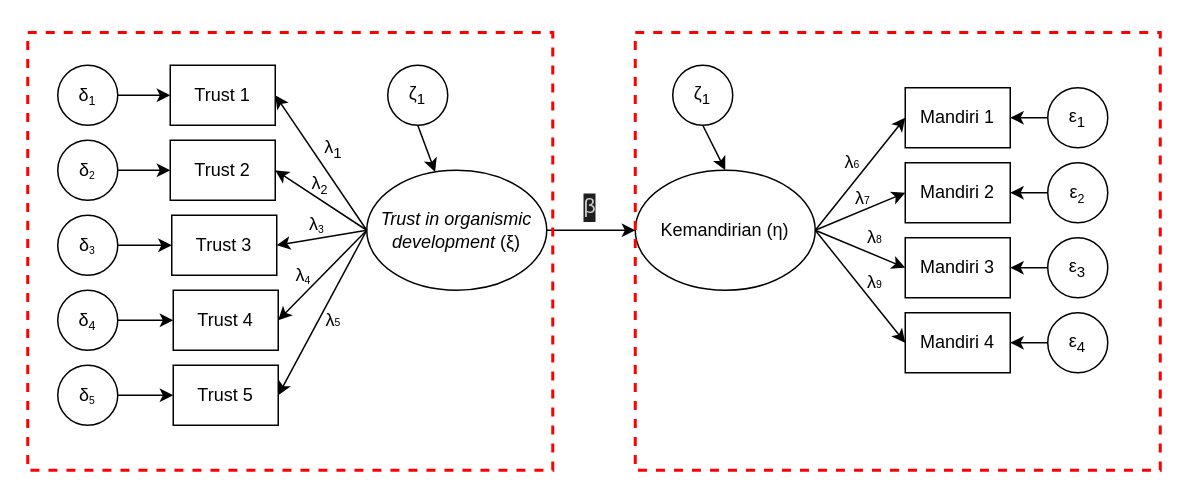
The draw.io diagram page "latin" (12 of 13) of materials/diagrams.drawio in rameliaz/mg-sem-workshop, before the edit. Source tidied: cells renumbered, new cells numbered last; positions are measured from the earlier drawing's top-left corner, leaving out a move shared by most shapes. Both pictures are drawn from the tidied source at 150%, with x=0, y=0 at pixel (27, 32).
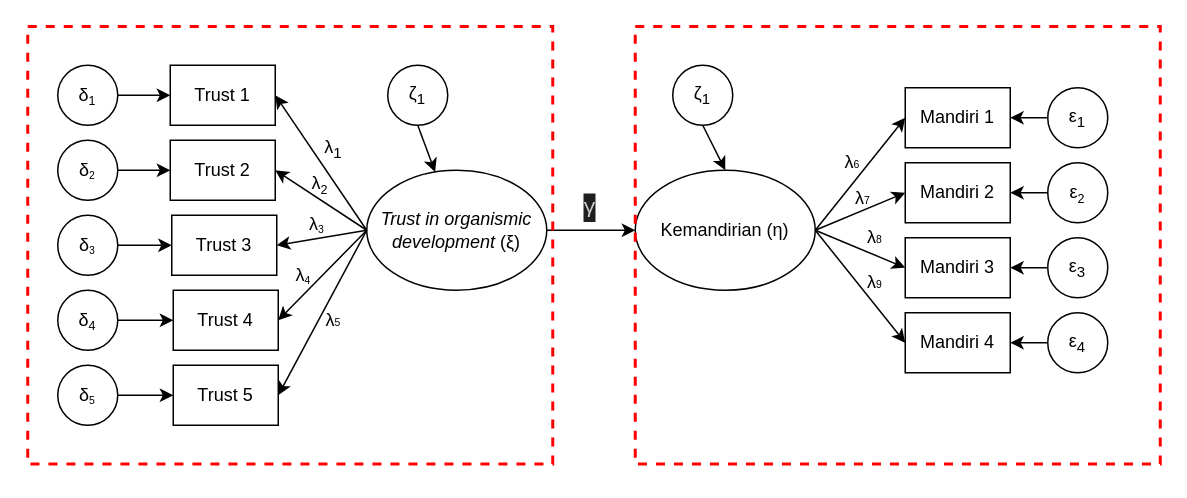
The same page after the edit.

Diff of the diagram source:
```diff
@@
-    <mxCell id="54" value="&lt;div style=&quot;color: rgb(204, 204, 204); background-color: rgb(31, 31, 31); font-family: Consolas, &amp;quot;Courier New&amp;quot;, monospace; font-size: 14px; line-height: 19px; white-space: pre;&quot;&gt;β&lt;/div&gt;" style="text;html=1;whiteSpace=wrap;strokeColor=none;fillColor=none;align=center;verticalAlign=middle;rounded=0;" parent="1" vertex="1">
+    <mxCell id="54" value="&lt;div style=&quot;color: rgb(204, 204, 204); background-color: rgb(31, 31, 31); font-family: Consolas, &amp;quot;Courier New&amp;quot;, monospace; font-size: 14px; line-height: 19px; white-space: pre;&quot;&gt;&lt;div style=&quot;line-height: 19px;&quot;&gt;γ&lt;/div&gt;&lt;/div&gt;" style="text;html=1;whiteSpace=wrap;strokeColor=none;fillColor=none;align=center;verticalAlign=middle;rounded=0;" parent="1" vertex="1">
       <mxGeometry x="360" y="102" width="30" height="30" as="geometry" />
     </mxCell>
-    <mxCell id="55" style="rounded=0;whiteSpace=wrap;html=1;fillColor=none;dashed=1;strokeColor=#FF0000;strokeWidth=2;" parent="1" vertex="1">
-      <mxGeometry y="0.2" width="350" height="291.8" as="geometry" />
-    </mxCell>
-    <mxCell id="56" style="rounded=0;whiteSpace=wrap;html=1;fillColor=none;dashed=1;strokeColor=#FF0000;strokeWidth=2;" parent="1" vertex="1">
-      <mxGeometry x="405" y="0.2" width="350" height="291.8" as="geometry" />
-    </mxCell>
+    <mxCell id="57" style="rounded=0;whiteSpace=wrap;html=1;fillColor=none;dashed=1;strokeColor=#FF0000;strokeWidth=2;" parent="1" vertex="1">
+      <mxGeometry y="-3.9" width="350" height="291.8" as="geometry" />
+    </mxCell>
+    <mxCell id="58" style="rounded=0;whiteSpace=wrap;html=1;fillColor=none;dashed=1;strokeColor=#FF0000;strokeWidth=2;" parent="1" vertex="1">
+      <mxGeometry x="405" y="-3.9" width="350" height="291.8" as="geometry" />
+    </mxCell>
```
